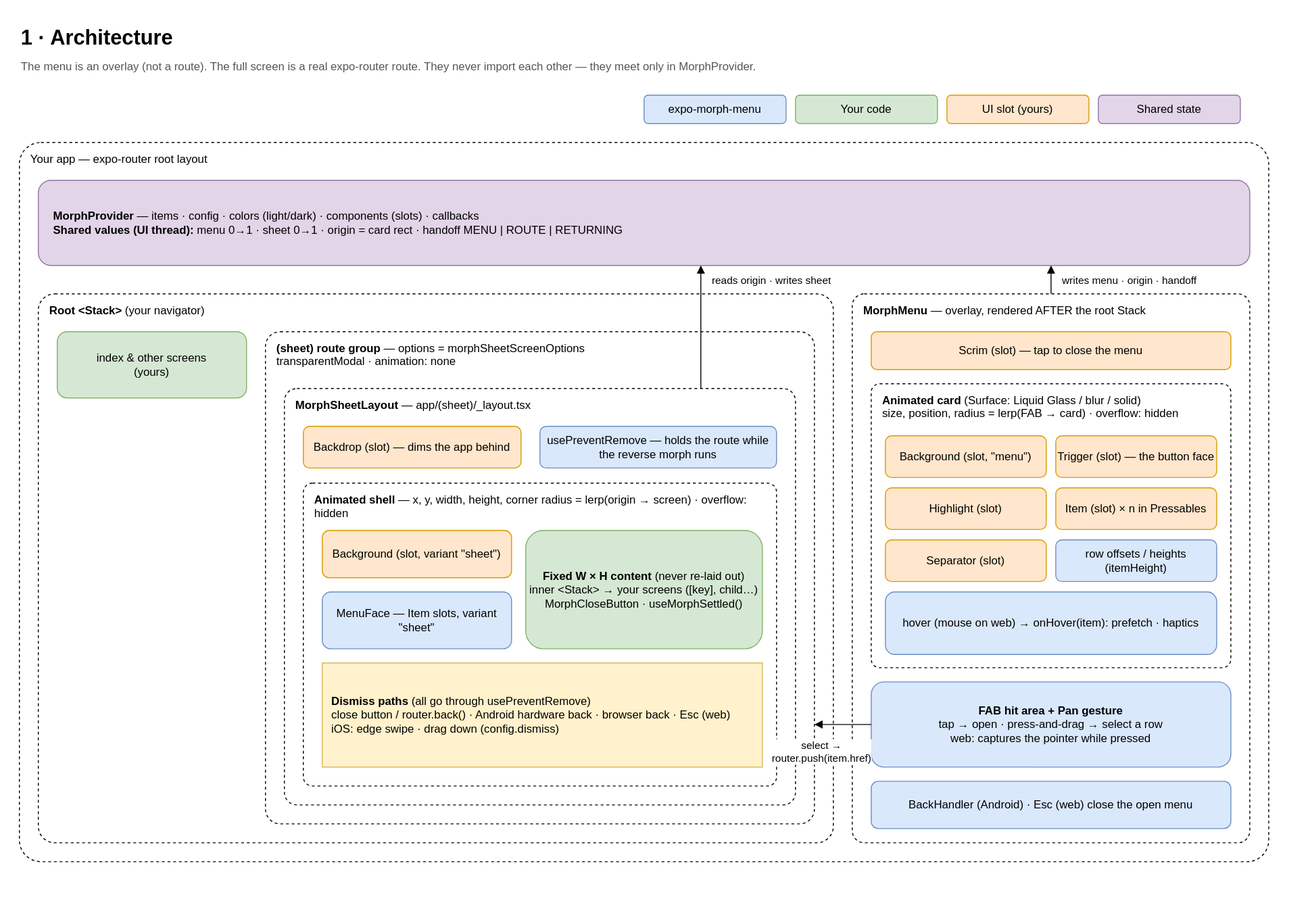
Above: docs/diagrams/svg/en/1-architecture.svg in anhtuank7c/expo-morph-menu (draw.io), before the change. Source tidied: cells renumbered, new cells last; positions are measured from the earlier drawing's top-left corner, leaving out a move shared by most shapes.
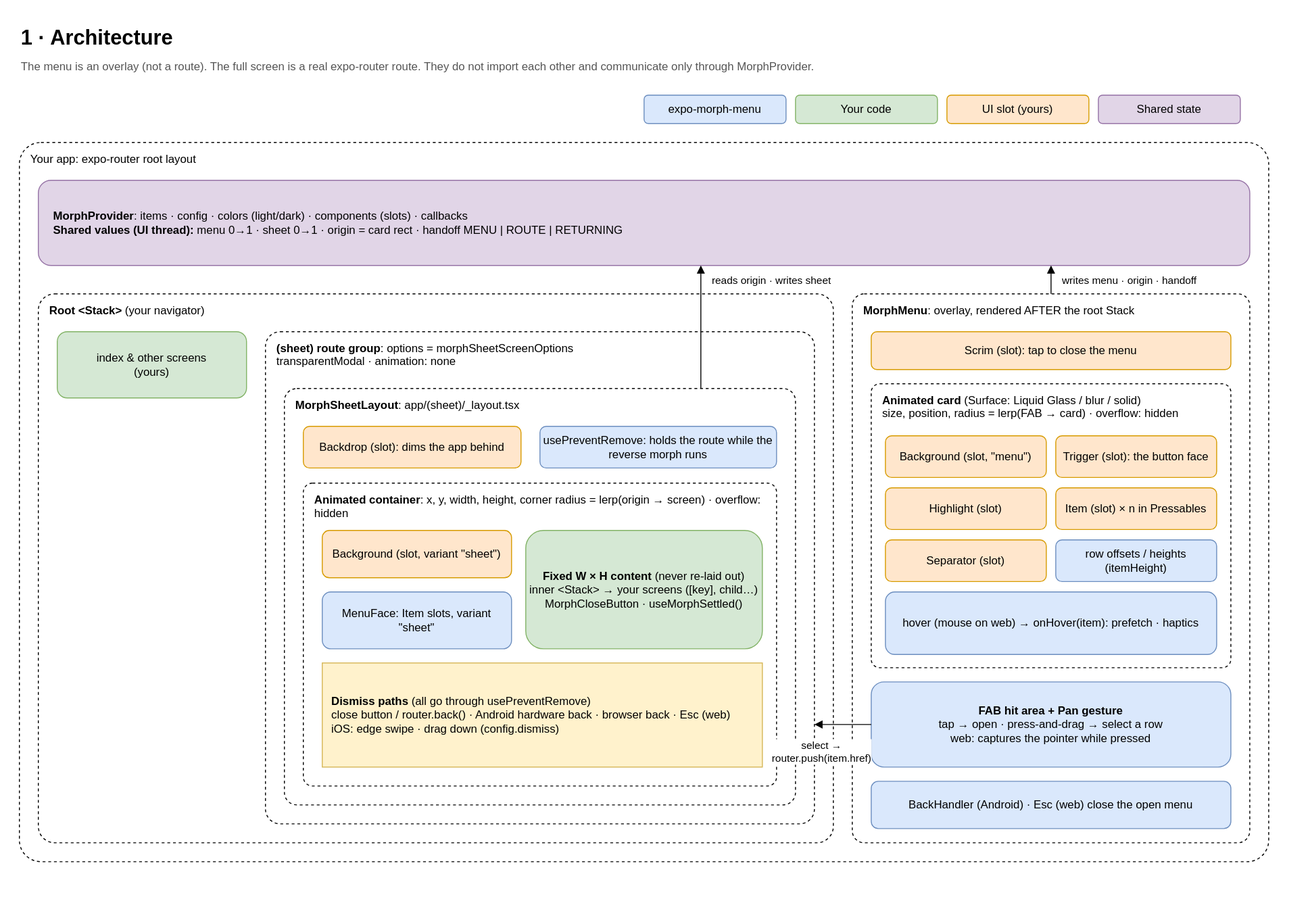
After the commit.

Change to the diagram source:
```diff
@@ -5,7 +5,7 @@
     <mxCell id="2" value="1 · Architecture" style="text;html=1;fontSize=22;fontStyle=1;align=left;verticalAlign=top;" parent="1" vertex="1">
       <mxGeometry width="900" height="34" as="geometry" />
     </mxCell>
-    <mxCell id="3" value="The menu is an overlay (not a route). The full screen is a real expo-router route. They never import each other — they meet only in MorphProvider." style="text;html=1;fontSize=12;fontColor=#555555;align=left;verticalAlign=top;whiteSpace=wrap;" parent="1" vertex="1">
+    <mxCell id="3" value="The menu is an overlay (not a route). The full screen is a real expo-router route. They do not import each other and communicate only through MorphProvider." style="text;html=1;fontSize=12;fontColor=#555555;align=left;verticalAlign=top;whiteSpace=wrap;" parent="1" vertex="1">
       <mxGeometry y="36" width="1000" height="40" as="geometry" />
     </mxCell>
     <mxCell id="4" value="expo-morph-menu" style="rounded=1;whiteSpace=wrap;html=1;fillColor=#dae8fc;strokeColor=#6c8ebf;" parent="1" vertex="1">
@@ -20,10 +20,10 @@
     <mxCell id="7" value="Shared state" style="rounded=1;whiteSpace=wrap;html=1;fillColor=#e1d5e7;strokeColor=#9673a6;" parent="1" vertex="1">
       <mxGeometry x="1140" y="80" width="150" height="30" as="geometry" />
     </mxCell>
-    <mxCell id="8" value="Your app — expo-router root layout" style="rounded=1;whiteSpace=wrap;html=1;fillColor=none;dashed=1;verticalAlign=top;align=left;spacingLeft=10;spacingTop=4;arcSize=3;" parent="1" vertex="1">
+    <mxCell id="8" value="Your app: expo-router root layout" style="rounded=1;whiteSpace=wrap;html=1;fillColor=none;dashed=1;verticalAlign=top;align=left;spacingLeft=10;spacingTop=4;arcSize=3;" parent="1" vertex="1">
       <mxGeometry y="130" width="1320" height="760" as="geometry" />
     </mxCell>
-    <mxCell id="9" value="&lt;b&gt;MorphProvider&lt;/b&gt; — items · config · colors (light/dark) · components (slots) · callbacks&lt;br&gt;&lt;b&gt;Shared values (UI thread):&lt;/b&gt; menu 0→1 · sheet 0→1 · origin = card rect · handoff MENU | ROUTE | RETURNING" style="rounded=1;whiteSpace=wrap;html=1;fillColor=#e1d5e7;strokeColor=#9673a6;align=left;spacingLeft=14;" parent="1" vertex="1">
+    <mxCell id="9" value="&lt;b&gt;MorphProvider&lt;/b&gt;: items · config · colors (light/dark) · components (slots) · callbacks&lt;br&gt;&lt;b&gt;Shared values (UI thread):&lt;/b&gt; menu 0→1 · sheet 0→1 · origin = card rect · handoff MENU | ROUTE | RETURNING" style="rounded=1;whiteSpace=wrap;html=1;fillColor=#e1d5e7;strokeColor=#9673a6;align=left;spacingLeft=14;" parent="1" vertex="1">
       <mxGeometry x="20" y="170" width="1280" height="90" as="geometry" />
     </mxCell>
     <mxCell id="10" value="&lt;b&gt;Root &amp;lt;Stack&amp;gt;&lt;/b&gt; (your navigator)" style="rounded=1;whiteSpace=wrap;html=1;fillColor=none;dashed=1;verticalAlign=top;align=left;spacingLeft=10;spacingTop=4;arcSize=3;" parent="1" vertex="1">
@@ -32,25 +32,25 @@
     <mxCell id="11" value="index &amp; other screens&lt;br&gt;(yours)" style="rounded=1;whiteSpace=wrap;html=1;fillColor=#d5e8d4;strokeColor=#82b366;" parent="1" vertex="1">
       <mxGeometry x="40" y="330" width="200" height="70" as="geometry" />
     </mxCell>
-    <mxCell id="12" value="&lt;b&gt;(sheet) route group&lt;/b&gt; — options = morphSheetScreenOptions&lt;br&gt;transparentModal · animation: none" style="rounded=1;whiteSpace=wrap;html=1;fillColor=none;dashed=1;verticalAlign=top;align=left;spacingLeft=10;spacingTop=4;arcSize=3;" parent="1" vertex="1">
+    <mxCell id="12" value="&lt;b&gt;(sheet) route group&lt;/b&gt;: options = morphSheetScreenOptions&lt;br&gt;transparentModal · animation: none" style="rounded=1;whiteSpace=wrap;html=1;fillColor=none;dashed=1;verticalAlign=top;align=left;spacingLeft=10;spacingTop=4;arcSize=3;" parent="1" vertex="1">
       <mxGeometry x="260" y="330" width="580" height="520" as="geometry" />
     </mxCell>
-    <mxCell id="13" value="&lt;b&gt;MorphSheetLayout&lt;/b&gt; — app/(sheet)/_layout.tsx" style="rounded=1;whiteSpace=wrap;html=1;fillColor=none;dashed=1;verticalAlign=top;align=left;spacingLeft=10;spacingTop=4;arcSize=3;" parent="1" vertex="1">
+    <mxCell id="13" value="&lt;b&gt;MorphSheetLayout&lt;/b&gt;: app/(sheet)/_layout.tsx" style="rounded=1;whiteSpace=wrap;html=1;fillColor=none;dashed=1;verticalAlign=top;align=left;spacingLeft=10;spacingTop=4;arcSize=3;" parent="1" vertex="1">
       <mxGeometry x="280" y="390" width="540" height="440" as="geometry" />
     </mxCell>
-    <mxCell id="14" value="Backdrop (slot) — dims the app behind" style="rounded=1;whiteSpace=wrap;html=1;fillColor=#ffe6cc;strokeColor=#d79b00;" parent="1" vertex="1">
+    <mxCell id="14" value="Backdrop (slot): dims the app behind" style="rounded=1;whiteSpace=wrap;html=1;fillColor=#ffe6cc;strokeColor=#d79b00;" parent="1" vertex="1">
       <mxGeometry x="300" y="430" width="230" height="44" as="geometry" />
     </mxCell>
-    <mxCell id="15" value="usePreventRemove — holds the route while the reverse morph runs" style="rounded=1;whiteSpace=wrap;html=1;fillColor=#dae8fc;strokeColor=#6c8ebf;" parent="1" vertex="1">
+    <mxCell id="15" value="usePreventRemove: holds the route while the reverse morph runs" style="rounded=1;whiteSpace=wrap;html=1;fillColor=#dae8fc;strokeColor=#6c8ebf;" parent="1" vertex="1">
       <mxGeometry x="550" y="430" width="250" height="44" as="geometry" />
     </mxCell>
-    <mxCell id="16" value="&lt;b&gt;Animated shell&lt;/b&gt; — x, y, width, height, corner radius = lerp(origin → screen) · overflow: hidden" style="rounded=1;whiteSpace=wrap;html=1;fillColor=none;dashed=1;verticalAlign=top;align=left;spacingLeft=10;spacingTop=4;arcSize=3;" parent="1" vertex="1">
+    <mxCell id="16" value="&lt;b&gt;Animated container&lt;/b&gt;: x, y, width, height, corner radius = lerp(origin → screen) · overflow: hidden" style="rounded=1;whiteSpace=wrap;html=1;fillColor=none;dashed=1;verticalAlign=top;align=left;spacingLeft=10;spacingTop=4;arcSize=3;" parent="1" vertex="1">
       <mxGeometry x="300" y="490" width="500" height="320" as="geometry" />
     </mxCell>
     <mxCell id="17" value="Background (slot, variant &quot;sheet&quot;)" style="rounded=1;whiteSpace=wrap;html=1;fillColor=#ffe6cc;strokeColor=#d79b00;" parent="1" vertex="1">
       <mxGeometry x="320" y="540" width="200" height="50" as="geometry" />
     </mxCell>
-    <mxCell id="18" value="MenuFace — Item slots, variant &quot;sheet&quot;" style="rounded=1;whiteSpace=wrap;html=1;fillColor=#dae8fc;strokeColor=#6c8ebf;" parent="1" vertex="1">
+    <mxCell id="18" value="MenuFace: Item slots, variant &quot;sheet&quot;" style="rounded=1;whiteSpace=wrap;html=1;fillColor=#dae8fc;strokeColor=#6c8ebf;" parent="1" vertex="1">
       <mxGeometry x="320" y="605" width="200" height="60" as="geometry" />
     </mxCell>
     <mxCell id="19" value="&lt;b&gt;Fixed W × H content&lt;/b&gt; (never re-laid out)&lt;br&gt;inner &amp;lt;Stack&amp;gt; → your screens ([key], child…)&lt;br&gt;MorphCloseButton · useMorphSettled()" style="rounded=1;whiteSpace=wrap;html=1;fillColor=#d5e8d4;strokeColor=#82b366;" parent="1" vertex="1">
@@ -59,10 +59,10 @@
     <mxCell id="20" value="&lt;b&gt;Dismiss paths&lt;/b&gt; (all go through usePreventRemove)&lt;br&gt;close button / router.back() · Android hardware back · browser back · Esc (web)&lt;br&gt;iOS: edge swipe · drag down (config.dismiss)" style="rounded=0;whiteSpace=wrap;html=1;fillColor=#fff2cc;strokeColor=#d6b656;align=left;spacingLeft=8;spacingRight=8;" parent="1" vertex="1">
       <mxGeometry x="320" y="680" width="465" height="110" as="geometry" />
     </mxCell>
-    <mxCell id="21" value="&lt;b&gt;MorphMenu&lt;/b&gt; — overlay, rendered AFTER the root Stack" style="rounded=1;whiteSpace=wrap;html=1;fillColor=none;dashed=1;verticalAlign=top;align=left;spacingLeft=10;spacingTop=4;arcSize=3;" parent="1" vertex="1">
+    <mxCell id="21" value="&lt;b&gt;MorphMenu&lt;/b&gt;: overlay, rendered AFTER the root Stack" style="rounded=1;whiteSpace=wrap;html=1;fillColor=none;dashed=1;verticalAlign=top;align=left;spacingLeft=10;spacingTop=4;arcSize=3;" parent="1" vertex="1">
       <mxGeometry x="880" y="290" width="420" height="580" as="geometry" />
     </mxCell>
-    <mxCell id="22" value="Scrim (slot) — tap to close the menu" style="rounded=1;whiteSpace=wrap;html=1;fillColor=#ffe6cc;strokeColor=#d79b00;" parent="1" vertex="1">
+    <mxCell id="22" value="Scrim (slot): tap to close the menu" style="rounded=1;whiteSpace=wrap;html=1;fillColor=#ffe6cc;strokeColor=#d79b00;" parent="1" vertex="1">
       <mxGeometry x="900" y="330" width="380" height="40" as="geometry" />
     </mxCell>
     <mxCell id="23" value="&lt;b&gt;Animated card&lt;/b&gt; (Surface: Liquid Glass / blur / solid)&lt;br&gt;size, position, radius = lerp(FAB → card) · overflow: hidden" style="rounded=1;whiteSpace=wrap;html=1;fillColor=none;dashed=1;verticalAlign=top;align=left;spacingLeft=10;spacingTop=4;arcSize=3;" parent="1" vertex="1">
@@ -71,7 +71,7 @@
     <mxCell id="24" value="Background (slot, &quot;menu&quot;)" style="rounded=1;whiteSpace=wrap;html=1;fillColor=#ffe6cc;strokeColor=#d79b00;" parent="1" vertex="1">
       <mxGeometry x="915" y="440" width="170" height="44" as="geometry" />
     </mxCell>
-    <mxCell id="25" value="Trigger (slot) — the button face" style="rounded=1;whiteSpace=wrap;html=1;fillColor=#ffe6cc;strokeColor=#d79b00;" parent="1" vertex="1">
+    <mxCell id="25" value="Trigger (slot): the button face" style="rounded=1;whiteSpace=wrap;html=1;fillColor=#ffe6cc;strokeColor=#d79b00;" parent="1" vertex="1">
       <mxGeometry x="1095" y="440" width="170" height="44" as="geometry" />
     </mxCell>
     <mxCell id="26" value="Highlight (slot)" style="rounded=1;whiteSpace=wrap;html=1;fillColor=#ffe6cc;strokeColor=#d79b00;" parent="1" vertex="1">
```
